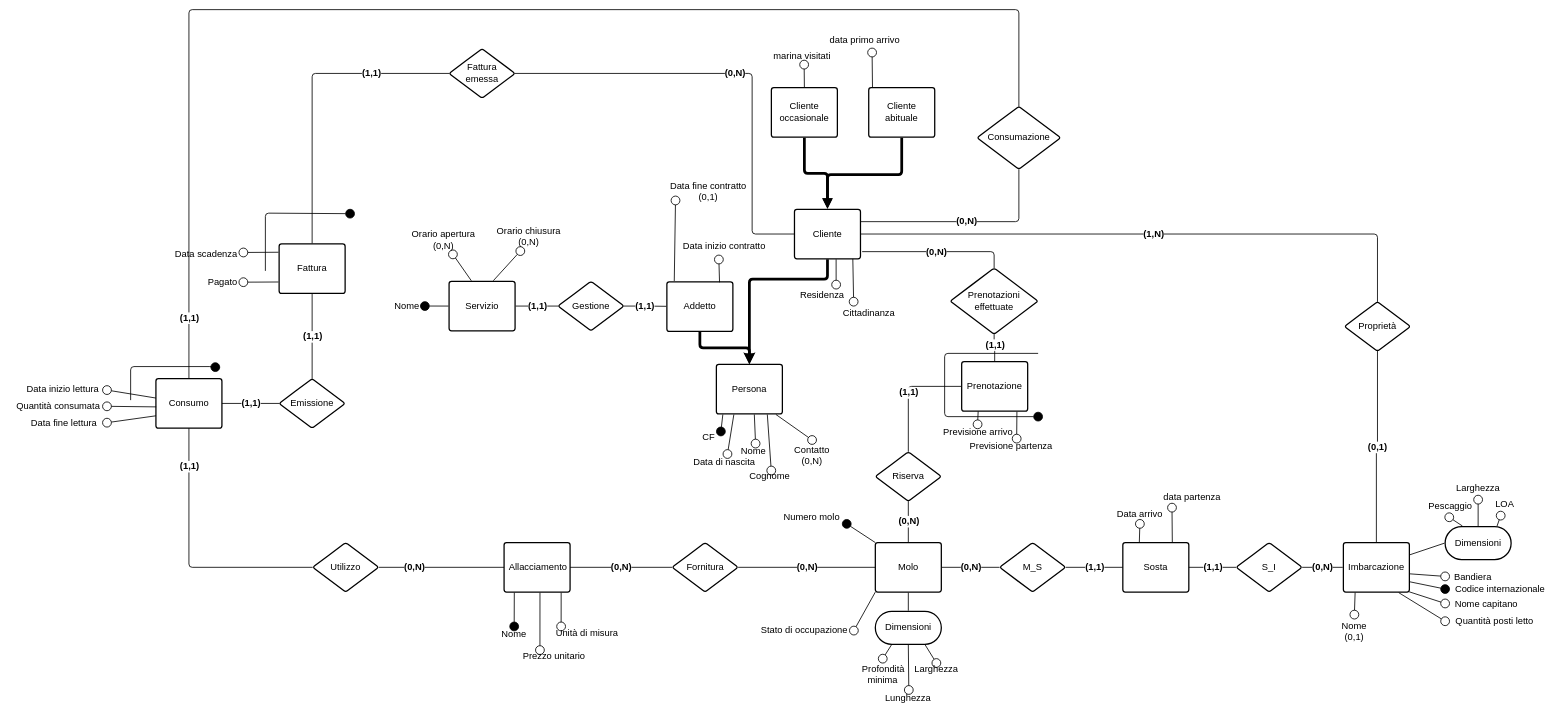
alessandro-massarenti/Progetto-basi-di-dati-2022 keeps this draw.io diagram as page "Concettuale ridotto" (4 of 4) of src_relazione_tex/Er.drawio. Above is the earlier version. Source tidied: cells renumbered, new cells numbered last; positions are measured from the earlier drawing's top-left corner, leaving out a move shared by most shapes. Both pictures are drawn from the tidied source at 55%, with x=0, y=0 at pixel (9, 9).
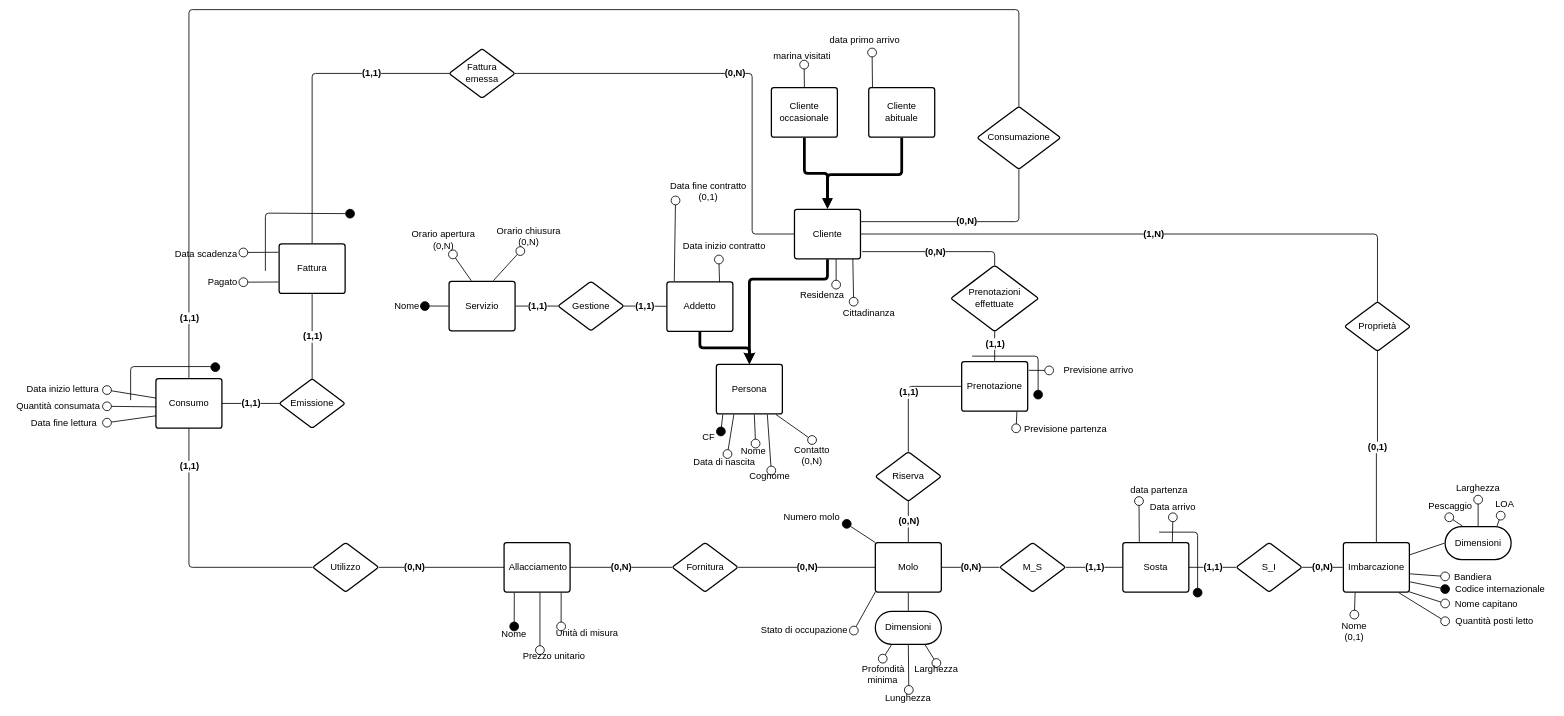
The same diagram, later.

Commit message:
Ora tutte le entità hanno una chiave primaria

Unchanged cells that the change refers to:
```xml
<mxCell id="106" value="Prenotazione" style="html=1;overflow=block;blockSpacing=1;whiteSpace=wrap;fontSize=17;fontColor=#000000;spacing=9;strokeColor=#000000;strokeOpacity=100;rounded=1;absoluteArcSize=1;arcSize=9;strokeWidth=2.3;" parent="1" vertex="1">
  <mxGeometry x="1731" y="640" width="120" height="90" as="geometry" />
</mxCell>
<mxCell id="151" value="Sosta" style="html=1;overflow=block;blockSpacing=1;whiteSpace=wrap;fontSize=17;fontColor=#000000;spacing=9;strokeColor=#000000;strokeOpacity=100;rounded=1;absoluteArcSize=1;arcSize=9;strokeWidth=2.3;" parent="1" vertex="1">
  <mxGeometry x="2024" y="969" width="120" height="90" as="geometry" />
</mxCell>
```

Change to the diagram source:
```diff
@@
     <mxCell id="5" value="Previsione partenza" style="html=1;overflow=block;blockSpacing=1;whiteSpace=wrap;fontSize=17;fontColor=#000000;spacing=0;fillColor=none;strokeWidth=1.5;strokeColor=none;" parent="1" vertex="1">
-      <mxGeometry x="1731" y="780" width="180" height="30" as="geometry" />
+      <mxGeometry x="1830" y="752.5" width="180" height="17.5" as="geometry" />
     </mxCell>
@@
     <mxCell id="11" value="Data arrivo" style="html=1;overflow=block;blockSpacing=1;whiteSpace=wrap;fontSize=17;fontColor=#000000;spacing=0;fillColor=none;strokeWidth=1.5;strokeColor=none;" parent="1" vertex="1">
-      <mxGeometry x="2010" y="900" width="90" height="35" as="geometry" />
+      <mxGeometry x="2070" y="888" width="90" height="35" as="geometry" />
     </mxCell>
@@
     <mxCell id="18" value="Previsione arrivo" style="html=1;overflow=block;blockSpacing=1;whiteSpace=wrap;fontSize=17;fontColor=#000000;spacing=0;fillColor=none;strokeWidth=1.5;strokeColor=none;" parent="1" vertex="1">
-      <mxGeometry x="1671" y="754" width="180" height="30" as="geometry" />
+      <mxGeometry x="1890" y="641" width="180" height="30" as="geometry" />
     </mxCell>
@@
     <mxCell id="28" value="data partenza" style="html=1;overflow=block;blockSpacing=1;whiteSpace=wrap;fontSize=17;fontColor=#000000;spacing=0;fillColor=none;strokeWidth=1.5;strokeColor=none;" parent="1" vertex="1">
-      <mxGeometry x="2090" y="870" width="120" height="33" as="geometry" />
+      <mxGeometry x="2030" y="858" width="120" height="33" as="geometry" />
     </mxCell>
@@
-    <mxCell id="60" style="html=1;jettySize=18;whiteSpace=wrap;fontSize=17;strokeColor=#000000;strokeWidth=1.5;rounded=1;arcSize=12;startArrow=none;endArrow=oval;endFill=0;endSize=16;entryX=0.494;entryY=0;entryPerimeter=0;exitX=0.25;exitY=1;exitDx=0;exitDy=0;" parent="1" edge="1" source="106" target="18">
+    <mxCell id="60" style="html=1;jettySize=18;whiteSpace=wrap;fontSize=17;strokeColor=#000000;strokeWidth=1.5;rounded=1;arcSize=12;startArrow=none;endArrow=oval;endFill=0;endSize=16;entryX=0;entryY=0.5;exitX=1.018;exitY=0.176;exitDx=0;exitDy=0;exitPerimeter=0;entryDx=0;entryDy=0;" parent="1" edge="1" source="106" target="18">
       <mxGeometry relative="1" as="geometry" />
     </mxCell>
-    <mxCell id="61" style="html=1;jettySize=18;whiteSpace=wrap;fontSize=17;strokeColor=#000000;strokeWidth=1.5;rounded=1;arcSize=12;startArrow=none;endArrow=oval;endFill=0;endSize=16;exitX=0.837;exitY=1.011;exitDx=0;exitDy=0;exitPerimeter=0;" parent="1" edge="1" source="106">
-      <mxGeometry relative="1" as="geometry">
-        <mxPoint x="1831" y="780" as="targetPoint" />
-      </mxGeometry>
+    <mxCell id="61" style="html=1;jettySize=18;whiteSpace=wrap;fontSize=17;strokeColor=#000000;strokeWidth=1.5;rounded=1;arcSize=12;startArrow=none;endArrow=oval;endFill=0;endSize=16;exitX=0.837;exitY=1.011;exitDx=0;exitDy=0;exitPerimeter=0;entryX=0;entryY=0.5;entryDx=0;entryDy=0;" parent="1" edge="1" source="106" target="5">
+      <mxGeometry relative="1" as="geometry" />
     </mxCell>
@@
-    <mxCell id="74" style="html=1;jettySize=18;whiteSpace=wrap;fontSize=17;strokeColor=#000000;strokeWidth=1.5;rounded=1;arcSize=12;startArrow=none;endArrow=oval;endFill=0;endSize=16;exitX=0.75;exitY=0;exitDx=0;exitDy=0;entryX=0.195;entryY=1.076;entryDx=0;entryDy=0;entryPerimeter=0;" parent="1" edge="1" source="151" target="28">
+    <mxCell id="74" style="html=1;jettySize=18;whiteSpace=wrap;fontSize=17;strokeColor=#000000;strokeWidth=1.5;rounded=1;arcSize=12;startArrow=none;endArrow=oval;endFill=0;endSize=16;exitX=0.25;exitY=0;exitDx=0;exitDy=0;entryX=0.195;entryY=1.076;entryDx=0;entryDy=0;entryPerimeter=0;" parent="1" edge="1" source="151" target="28">
       <mxGeometry relative="1" as="geometry" />
     </mxCell>
-    <mxCell id="75" style="html=1;jettySize=18;whiteSpace=wrap;fontSize=17;strokeColor=#000000;strokeWidth=1.5;rounded=1;arcSize=12;startArrow=none;endArrow=oval;endFill=0;endSize=16;exitX=0.25;exitY=0;exitDx=0;exitDy=0;entryX=0.5;entryY=1;entryDx=0;entryDy=0;" parent="1" edge="1" source="151" target="11">
+    <mxCell id="75" style="html=1;jettySize=18;whiteSpace=wrap;fontSize=17;strokeColor=#000000;strokeWidth=1.5;rounded=1;arcSize=12;startArrow=none;endArrow=oval;endFill=0;endSize=16;exitX=0.75;exitY=0;exitDx=0;exitDy=0;entryX=0.5;entryY=1;entryDx=0;entryDy=0;" parent="1" edge="1" source="151" target="11">
       <mxGeometry relative="1" as="geometry" />
     </mxCell>
@@
     <mxCell id="107" value="Prenotazioni effettuate" style="html=1;overflow=block;blockSpacing=1;whiteSpace=wrap;rhombus;fontSize=17;fontColor=#000000;spacing=3.8;strokeColor=#000000;strokeOpacity=100;rounded=1;absoluteArcSize=1;arcSize=9;strokeWidth=2.3;" parent="1" vertex="1">
-      <mxGeometry x="1710" y="470" width="160" height="120" as="geometry" />
+      <mxGeometry x="1711" y="465" width="160" height="120" as="geometry" />
     </mxCell>
@@
     <mxCell id="150" style="html=1;jettySize=18;whiteSpace=wrap;fontSize=17;strokeColor=#000000;strokeWidth=1.5;rounded=1;arcSize=12;startArrow=none;endArrow=oval;endFill=1;endSize=16;edgeStyle=orthogonalEdgeStyle;" parent="1" edge="1">
       <mxGeometry relative="1" as="geometry">
-        <mxPoint x="1870" y="625" as="sourcePoint" />
-        <mxPoint x="1870" y="740" as="targetPoint" />
+        <mxPoint x="1750" y="630" as="sourcePoint" />
+        <mxPoint x="1870" y="700" as="targetPoint" />
         <Array as="points">
-          <mxPoint x="1700" y="625" />
-          <mxPoint x="1700" y="740" />
-          <mxPoint x="1870" y="740" />
+          <mxPoint x="1870" y="630" />
         </Array>
       </mxGeometry>
     </mxCell>
@@
+    <mxCell id="159" style="html=1;jettySize=18;whiteSpace=wrap;fontSize=17;strokeColor=#000000;strokeWidth=1.5;rounded=1;arcSize=12;startArrow=none;endArrow=oval;endFill=1;endSize=16;edgeStyle=orthogonalEdgeStyle;" parent="1" edge="1">
+      <mxGeometry relative="1" as="geometry">
+        <mxPoint x="2090" y="950" as="sourcePoint" />
+        <mxPoint x="2160" y="1060" as="targetPoint" />
+        <Array as="points">
+          <mxPoint x="2160" y="950" />
+        </Array>
+      </mxGeometry>
+    </mxCell>
```
